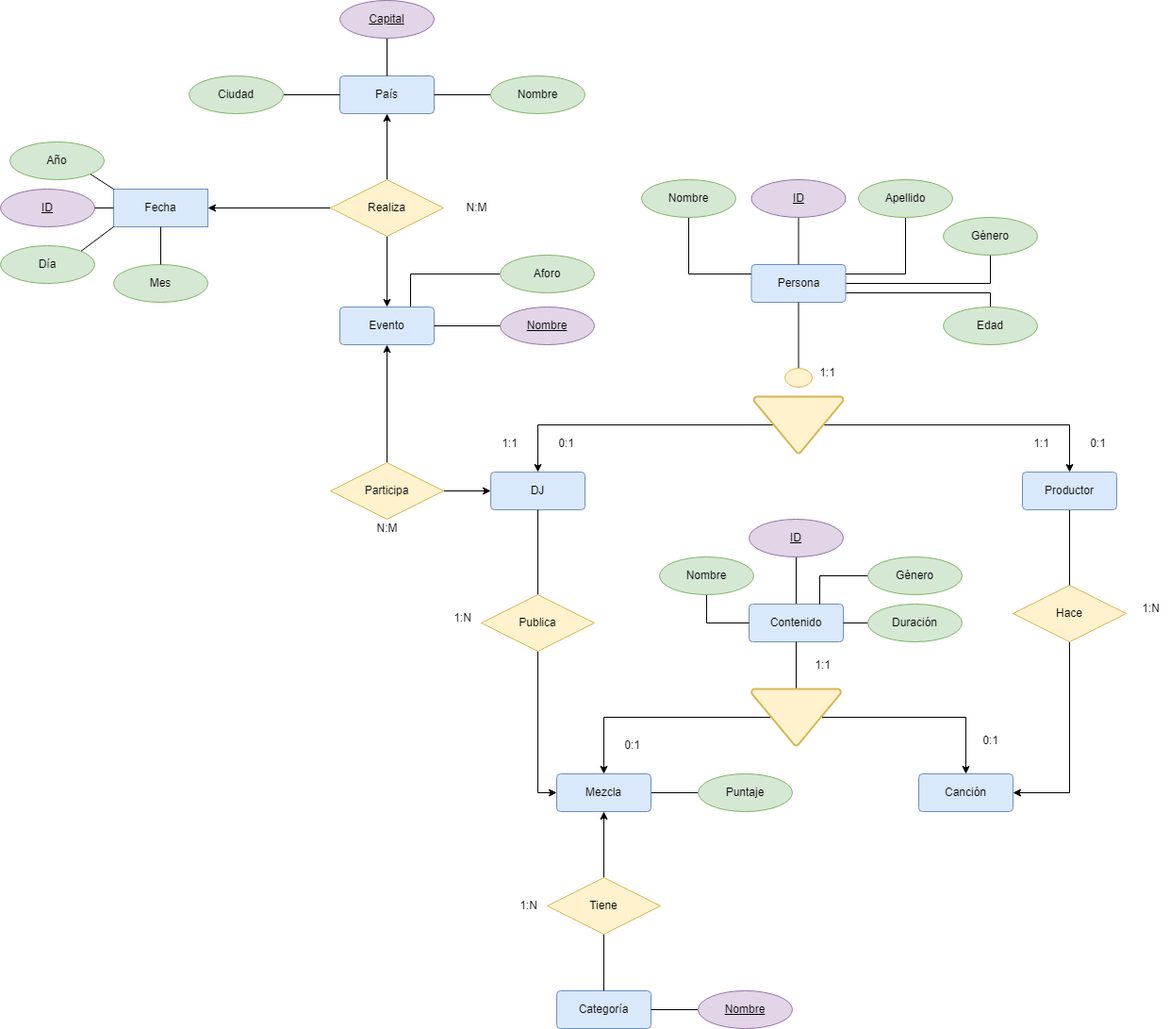
Before: img/modelo_entidad_relación-ER Corregido.drawio.png, a diagram exported from draw.io (samugd17/proyecto_bae). Source tidied: cells renumbered, new cells last; positions are measured from the earlier drawing's top-left corner, leaving out a move shared by most shapes.
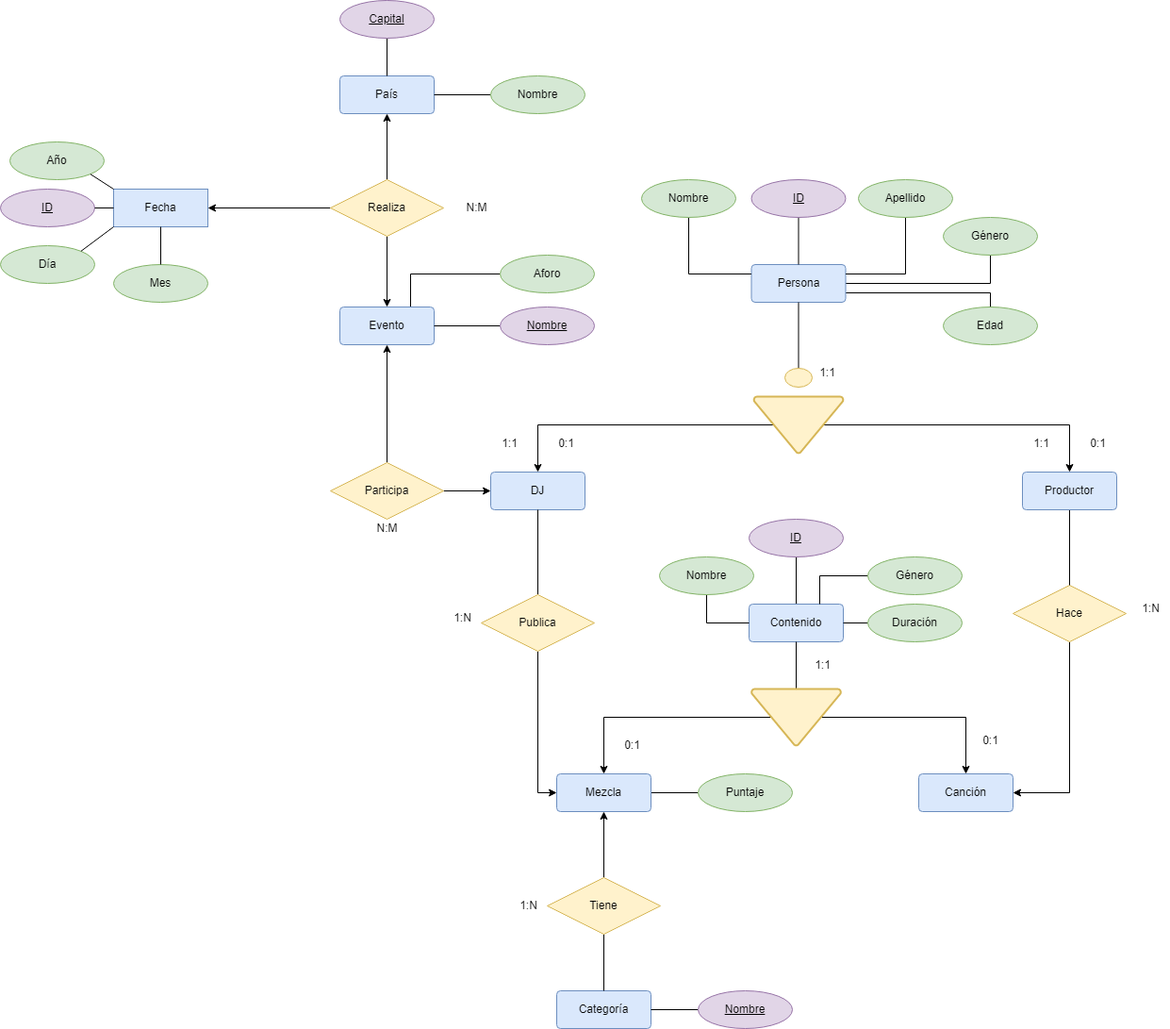
After the commit.

The edit, as a diff of the source:
```diff
@@ -243,12 +243,6 @@
     <mxCell id="77" value="Puntaje" style="ellipse;whiteSpace=wrap;html=1;align=center;fillColor=#d5e8d4;strokeColor=#82b366;" parent="1" vertex="1">
       <mxGeometry x="740" y="820" width="100" height="40" as="geometry" />
     </mxCell>
-    <mxCell id="78" style="edgeStyle=orthogonalEdgeStyle;rounded=0;jettySize=auto;html=1;entryX=0;entryY=0.5;entryDx=0;entryDy=0;endArrow=none;endFill=0;" parent="1" edge="1" source="79" target="32">
-      <mxGeometry relative="1" as="geometry" />
-    </mxCell>
-    <mxCell id="79" value="Ciudad" style="ellipse;whiteSpace=wrap;html=1;align=center;fillColor=#d5e8d4;strokeColor=#82b366;" parent="1" vertex="1">
-      <mxGeometry x="200" y="80" width="100" height="40" as="geometry" />
-    </mxCell>
     <mxCell id="80" value="Fecha" style="whiteSpace=wrap;html=1;align=center;fillColor=#dae8fc;strokeColor=#6c8ebf;" parent="1" vertex="1">
       <mxGeometry x="120" y="200" width="100" height="40" as="geometry" />
     </mxCell>
```
